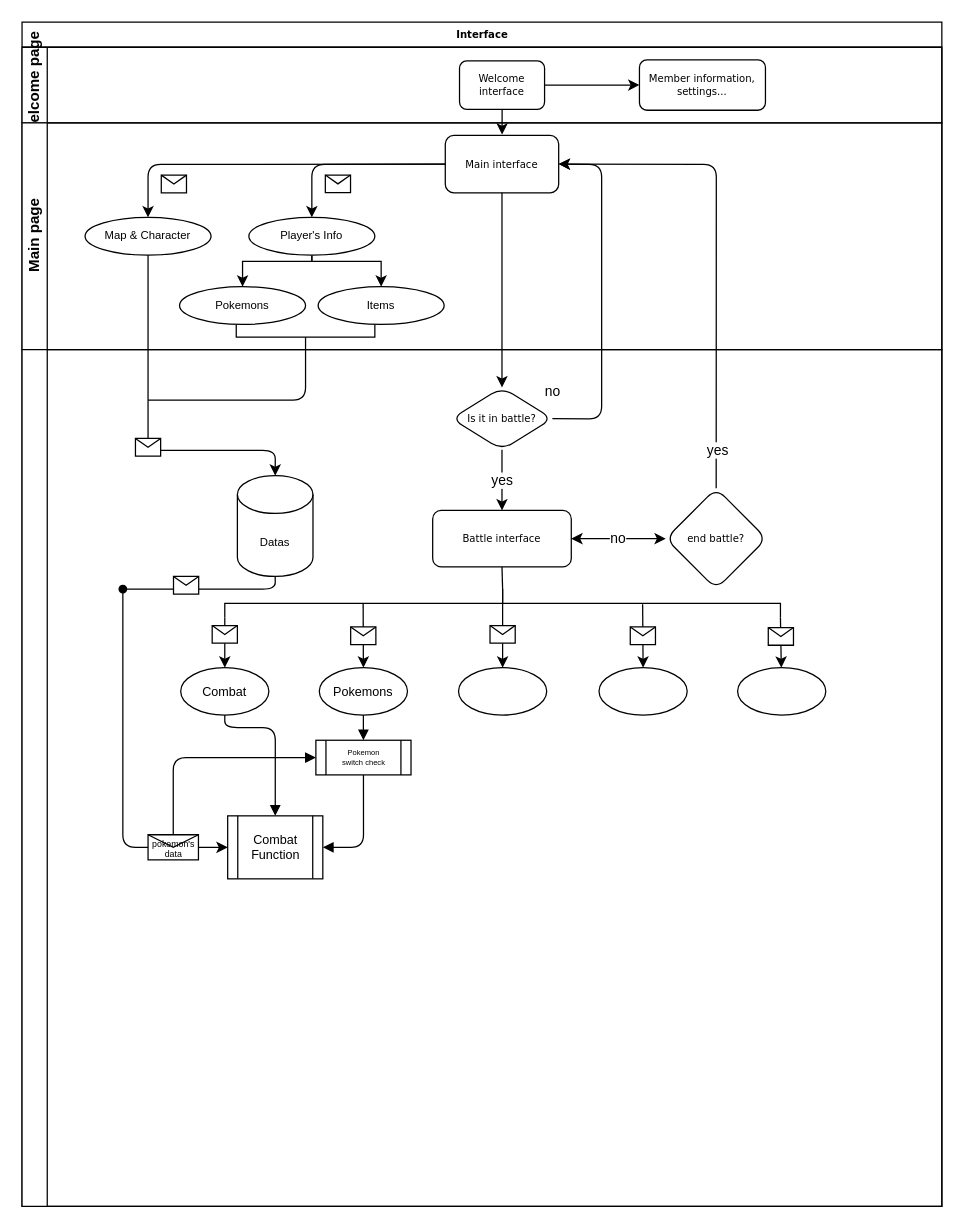
Before: Untitled Diagram.drawio in OuNiSang/ELEC320_code, a draw.io diagram. Source tidied: cells renumbered, new cells numbered last; positions are measured from the earlier drawing's top-left corner, leaving out a move shared by most shapes. Both pictures are drawn from the tidied source at 126%, with x=0, y=0 at pixel (21, 21).
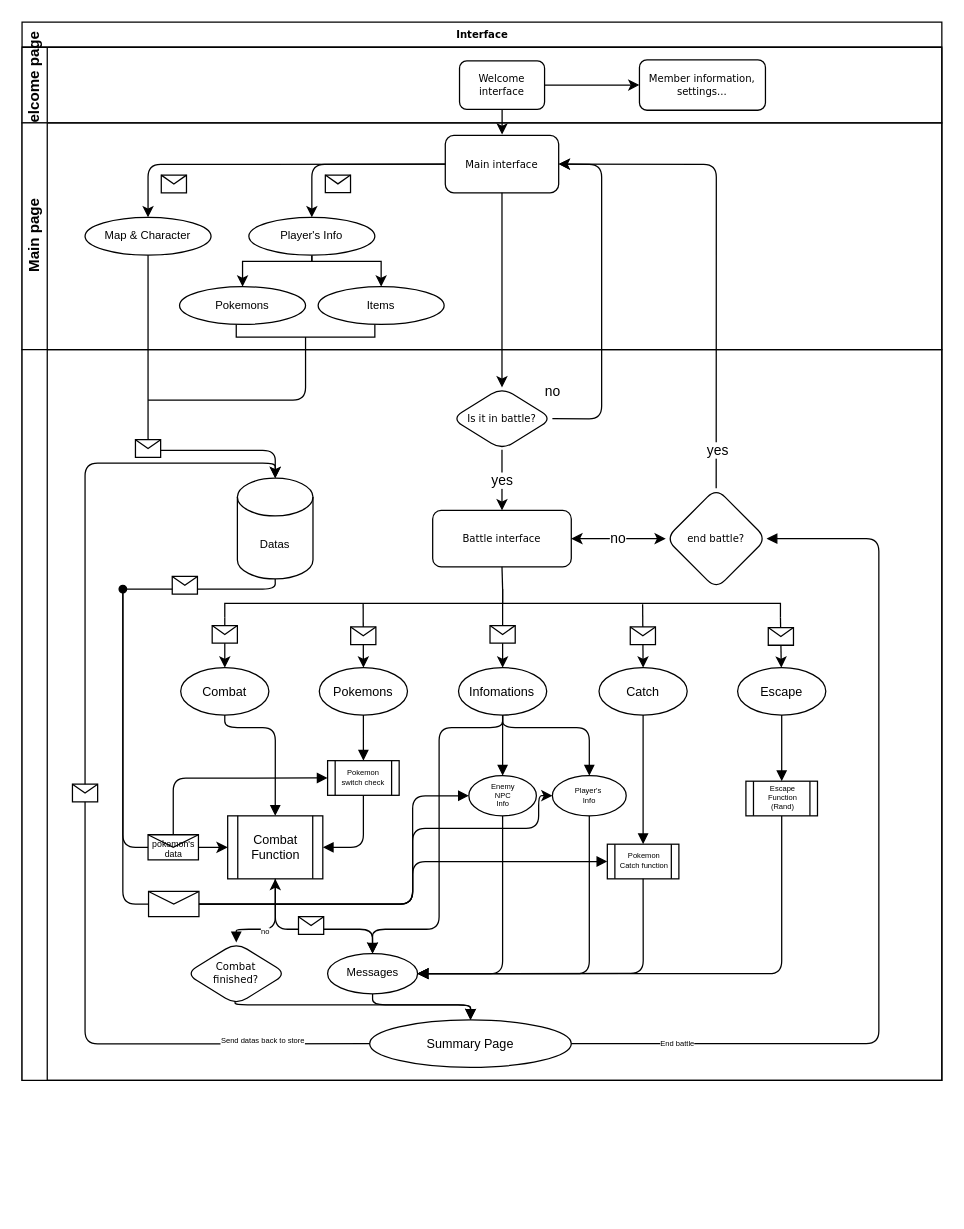
The same diagram, later.

The change refers to these unchanged cells:
```xml
<mxCell id="31" value="end battle?" style="rhombus;whiteSpace=wrap;html=1;rounded=1;shadow=0;fontFamily=Verdana;fontSize=8;strokeWidth=1;" parent="27" vertex="1">
  <mxGeometry x="510.9" y="110" width="80" height="80" as="geometry" />
</mxCell>
<mxCell id="54" value="&lt;font style=&quot;font-size: 10px&quot;&gt;Combat Function&lt;/font&gt;" style="shape=process;whiteSpace=wrap;html=1;backgroundOutline=1;strokeWidth=1;fontSize=6;" parent="27" vertex="1">
  <mxGeometry x="163.2" y="370" width="75.5" height="50" as="geometry" />
</mxCell>
```

What changed in the source:
```diff
@@
     <mxCell id="2" value="Interface" style="swimlane;html=1;horizontal=1;startSize=20;rounded=0;shadow=0;labelBackgroundColor=none;strokeWidth=1;fontFamily=Verdana;fontSize=8;align=center;" parent="1" vertex="1">
-      <mxGeometry width="730" height="940" as="geometry" />
+      <mxGeometry width="730" height="840" as="geometry" />
     </mxCell>
@@
     <mxCell id="27" value="&amp;nbsp;" style="swimlane;html=1;startSize=20;horizontal=0;" parent="2" vertex="1">
-      <mxGeometry y="260" width="730" height="680" as="geometry" />
+      <mxGeometry y="260" width="730" height="580" as="geometry" />
     </mxCell>
@@
     <mxCell id="33" value="Datas" style="shape=cylinder3;whiteSpace=wrap;html=1;boundedLbl=1;backgroundOutline=1;size=15;fontSize=9;" parent="27" vertex="1">
-      <mxGeometry x="170.9" y="100" width="60" height="80" as="geometry" />
+      <mxGeometry x="170.9" y="102" width="60" height="80" as="geometry" />
     </mxCell>
@@
+    <mxCell id="63" style="edgeStyle=orthogonalEdgeStyle;rounded=1;jettySize=auto;html=1;endArrow=block;endFill=1;fontSize=6;" parent="27" edge="1" source="39" target="73">
+      <mxGeometry relative="1" as="geometry" />
+    </mxCell>
+    <mxCell id="64" style="edgeStyle=orthogonalEdgeStyle;rounded=1;jettySize=auto;html=1;entryX=0.5;entryY=0;entryDx=0;entryDy=0;endArrow=block;endFill=1;fontSize=6;" parent="27" edge="1" source="39" target="71">
+      <mxGeometry relative="1" as="geometry">
+        <Array as="points">
+          <mxPoint x="381" y="300" />
+          <mxPoint x="331" y="300" />
+          <mxPoint x="331" y="460" />
+          <mxPoint x="278" y="460" />
+        </Array>
+      </mxGeometry>
+    </mxCell>
+    <mxCell id="65" style="edgeStyle=orthogonalEdgeStyle;rounded=1;jettySize=auto;html=1;entryX=0.5;entryY=0;entryDx=0;entryDy=0;endArrow=block;endFill=1;fontSize=6;" parent="27" edge="1" source="39" target="75">
+      <mxGeometry relative="1" as="geometry">
+        <Array as="points">
+          <mxPoint x="381" y="300" />
+          <mxPoint x="450" y="300" />
+        </Array>
+      </mxGeometry>
+    </mxCell>
-    <mxCell id="39" style="ellipse;whiteSpace=wrap;html=1;strokeWidth=1;fontSize=6;" parent="27" vertex="1">
+    <mxCell id="39" value="&lt;font size=&quot;1&quot;&gt;Infomations&lt;/font&gt;" style="ellipse;whiteSpace=wrap;html=1;strokeWidth=1;fontSize=6;" parent="27" vertex="1">
       <mxGeometry x="346.4" y="252.4" width="70" height="37.6" as="geometry" />
     </mxCell>
+    <mxCell id="66" style="edgeStyle=orthogonalEdgeStyle;rounded=1;jettySize=auto;html=1;entryX=0.5;entryY=0;entryDx=0;entryDy=0;startArrow=none;startFill=0;endArrow=block;endFill=1;fontSize=6;" parent="27" edge="1" source="40" target="89">
+      <mxGeometry relative="1" as="geometry" />
+    </mxCell>
-    <mxCell id="40" style="ellipse;whiteSpace=wrap;html=1;strokeWidth=1;fontSize=6;" parent="27" vertex="1">
+    <mxCell id="40" value="&lt;font style=&quot;font-size: 10px&quot;&gt;Catch&lt;/font&gt;" style="ellipse;whiteSpace=wrap;html=1;strokeWidth=1;fontSize=6;" parent="27" vertex="1">
       <mxGeometry x="457.9" y="252.4" width="70" height="37.6" as="geometry" />
     </mxCell>
+    <mxCell id="67" style="edgeStyle=orthogonalEdgeStyle;rounded=1;jettySize=auto;html=1;entryX=0.5;entryY=0;entryDx=0;entryDy=0;startArrow=none;startFill=0;endArrow=block;endFill=1;fontSize=6;" parent="27" edge="1" source="41" target="92">
+      <mxGeometry relative="1" as="geometry" />
+    </mxCell>
-    <mxCell id="41" style="ellipse;whiteSpace=wrap;html=1;strokeWidth=1;fontSize=6;" parent="27" vertex="1">
+    <mxCell id="41" value="&lt;font style=&quot;font-size: 10px&quot;&gt;Escape&lt;/font&gt;" style="ellipse;whiteSpace=wrap;html=1;strokeWidth=1;fontSize=6;" parent="27" vertex="1">
       <mxGeometry x="567.9" y="252.4" width="70" height="37.6" as="geometry" />
     </mxCell>
@@
+    <mxCell id="68" style="edgeStyle=orthogonalEdgeStyle;rounded=1;jettySize=auto;html=1;endArrow=block;endFill=1;fontSize=6;startArrow=classic;startFill=1;" parent="27" edge="1" source="54" target="82">
+      <mxGeometry relative="1" as="geometry">
+        <Array as="points">
+          <mxPoint x="201" y="460" />
+          <mxPoint x="170" y="460" />
+        </Array>
+      </mxGeometry>
+    </mxCell>
+    <mxCell id="69" value="no" style="edgeLabel;html=1;align=center;verticalAlign=middle;fontSize=6;" parent="68" vertex="1">
+      <mxGeometry x="0.21" y="1" relative="1" as="geometry" />
+    </mxCell>
@@
     <mxCell id="58" value="Pokemon&lt;br&gt;switch check" style="shape=process;whiteSpace=wrap;html=1;backgroundOutline=1;strokeWidth=1;fontSize=6;" parent="27" vertex="1">
-      <mxGeometry x="233.2" y="310" width="75.5" height="27.5" as="geometry" />
+      <mxGeometry x="242.5" y="326.2" width="56.8" height="27.5" as="geometry" />
     </mxCell>
+    <mxCell id="70" style="edgeStyle=orthogonalEdgeStyle;rounded=1;jettySize=auto;html=1;entryX=0.5;entryY=0;entryDx=0;entryDy=0;startArrow=none;startFill=0;endArrow=block;endFill=1;fontSize=6;" parent="27" edge="1" source="71" target="83">
+      <mxGeometry relative="1" as="geometry">
+        <Array as="points">
+          <mxPoint x="278" y="520" />
+          <mxPoint x="356" y="520" />
+        </Array>
+      </mxGeometry>
+    </mxCell>
+    <mxCell id="71" value="&lt;font style=&quot;font-size: 9px&quot;&gt;Messages&lt;/font&gt;" style="ellipse;whiteSpace=wrap;html=1;strokeWidth=1;fontSize=6;" parent="27" vertex="1">
+      <mxGeometry x="242.5" y="479.3" width="71.4" height="31.9" as="geometry" />
+    </mxCell>
+    <mxCell id="72" style="edgeStyle=orthogonalEdgeStyle;rounded=1;jettySize=auto;html=1;entryX=1;entryY=0.5;entryDx=0;entryDy=0;startArrow=none;startFill=0;endArrow=block;endFill=1;fontSize=6;" parent="27" edge="1" source="73" target="71">
+      <mxGeometry relative="1" as="geometry">
+        <Array as="points">
+          <mxPoint x="381" y="495" />
+          <mxPoint x="314" y="495" />
+        </Array>
+      </mxGeometry>
+    </mxCell>
+    <mxCell id="73" value="Enemy&lt;br&gt;NPC&lt;br&gt;Info" style="ellipse;whiteSpace=wrap;html=1;strokeWidth=1;fontSize=6;" parent="27" vertex="1">
+      <mxGeometry x="354.6" y="338.1" width="53.6" height="31.9" as="geometry" />
+    </mxCell>
+    <mxCell id="74" style="edgeStyle=orthogonalEdgeStyle;rounded=1;jettySize=auto;html=1;entryX=1;entryY=0.5;entryDx=0;entryDy=0;startArrow=none;startFill=0;endArrow=block;endFill=1;fontSize=6;" parent="27" edge="1" source="75" target="71">
+      <mxGeometry relative="1" as="geometry">
+        <Array as="points">
+          <mxPoint x="450" y="495" />
+          <mxPoint x="314" y="495" />
+        </Array>
+      </mxGeometry>
+    </mxCell>
+    <mxCell id="75" value="Player's&amp;nbsp;&lt;br&gt;Info" style="ellipse;whiteSpace=wrap;html=1;strokeWidth=1;fontSize=6;" parent="27" vertex="1">
+      <mxGeometry x="420.9" y="338.1" width="58.6" height="31.9" as="geometry" />
+    </mxCell>
+    <mxCell id="76" style="endArrow=classic;html=1;fontSize=6;" parent="27" edge="1">
+      <mxGeometry relative="1" as="geometry">
+        <mxPoint x="80" y="190" as="sourcePoint" />
+        <mxPoint x="421" y="354" as="targetPoint" />
+        <Array as="points">
+          <mxPoint x="80" y="440" />
+          <mxPoint x="310" y="440" />
+          <mxPoint x="310" y="380" />
+          <mxPoint x="410" y="380" />
+          <mxPoint x="410" y="354" />
+        </Array>
+      </mxGeometry>
+    </mxCell>
+    <mxCell id="77" style="shape=message;html=1;outlineConnect=0;" parent="76" vertex="1">
+      <mxGeometry width="40" height="20" relative="1" as="geometry">
+        <mxPoint x="-68.6" y="-10" as="offset" />
+      </mxGeometry>
+    </mxCell>
+    <mxCell id="78" style="edgeStyle=orthogonalEdgeStyle;rounded=1;jettySize=auto;html=1;exitX=1;exitY=0.5;exitDx=0;exitDy=0;entryX=0;entryY=0.5;entryDx=0;entryDy=0;endArrow=block;endFill=1;fontSize=6;" parent="76" edge="1" source="77" target="73">
+      <mxGeometry relative="1" as="geometry">
+        <Array as="points">
+          <mxPoint x="310" y="440" />
+          <mxPoint x="310" y="354" />
+        </Array>
+      </mxGeometry>
+    </mxCell>
+    <mxCell id="79" style="edgeStyle=orthogonalEdgeStyle;rounded=1;jettySize=auto;html=1;exitX=1;exitY=0.5;exitDx=0;exitDy=0;entryX=0;entryY=0.5;entryDx=0;entryDy=0;startArrow=none;startFill=0;endArrow=block;endFill=1;fontSize=6;" parent="76" edge="1" source="77" target="89">
+      <mxGeometry relative="1" as="geometry">
+        <Array as="points">
+          <mxPoint x="310" y="440" />
+          <mxPoint x="310" y="406" />
+        </Array>
+      </mxGeometry>
+    </mxCell>
+    <mxCell id="80" style="endArrow=classic;html=1;fontSize=6;exitX=0.5;exitY=1;exitDx=0;exitDy=0;entryX=0.5;entryY=0;entryDx=0;entryDy=0;" parent="27" edge="1" source="54" target="71">
+      <mxGeometry relative="1" as="geometry">
+        <Array as="points">
+          <mxPoint x="201" y="460" />
+          <mxPoint x="278" y="460" />
+        </Array>
+      </mxGeometry>
+    </mxCell>
+    <mxCell id="81" style="shape=message;html=1;" parent="80" vertex="1">
+      <mxGeometry width="20" height="14" relative="1" as="geometry">
+        <mxPoint x="-9.6" y="-10" as="offset" />
+      </mxGeometry>
+    </mxCell>
+    <mxCell id="82" value="Combat &lt;br&gt;finished?" style="rhombus;whiteSpace=wrap;html=1;rounded=1;shadow=0;fontFamily=Verdana;fontSize=8;strokeWidth=1;" parent="27" vertex="1">
+      <mxGeometry x="130" y="470.5" width="80" height="49.5" as="geometry" />
+    </mxCell>
+    <mxCell id="83" value="&lt;font size=&quot;1&quot;&gt;Summary Page&lt;/font&gt;" style="ellipse;whiteSpace=wrap;html=1;strokeWidth=1;fontSize=6;" parent="27" vertex="1">
+      <mxGeometry x="275.9" y="532" width="160" height="37.6" as="geometry" />
+    </mxCell>
+    <mxCell id="84" style="endArrow=classic;html=1;fontSize=6;exitX=0;exitY=0.5;exitDx=0;exitDy=0;entryX=0.5;entryY=0;entryDx=0;entryDy=0;entryPerimeter=0;" parent="27" edge="1" source="83" target="33">
+      <mxGeometry relative="1" as="geometry">
+        <Array as="points">
+          <mxPoint x="50" y="551" />
+          <mxPoint x="50" y="90" />
+          <mxPoint x="201" y="90" />
+        </Array>
+      </mxGeometry>
+    </mxCell>
+    <mxCell id="85" style="shape=message;html=1;" parent="84" vertex="1">
+      <mxGeometry width="20" height="14" relative="1" as="geometry">
+        <mxPoint x="-10" y="-7" as="offset" />
+      </mxGeometry>
+    </mxCell>
+    <mxCell id="86" value="Send datas back to store" style="edgeLabel;html=1;align=center;verticalAlign=middle;fontSize=6;" parent="84" vertex="1">
+      <mxGeometry x="-0.8" y="-2" relative="1" as="geometry" />
+    </mxCell>
+    <mxCell id="87" style="edgeStyle=orthogonalEdgeStyle;rounded=1;jettySize=auto;html=1;startArrow=none;startFill=0;endArrow=block;endFill=1;fontSize=6;entryX=1;entryY=0.5;entryDx=0;entryDy=0;exitX=1;exitY=0.5;exitDx=0;exitDy=0;" parent="27" edge="1" source="83" target="31">
+      <mxGeometry relative="1" as="geometry">
+        <Array as="points">
+          <mxPoint x="680" y="551" />
+          <mxPoint x="680" y="150" />
+        </Array>
+      </mxGeometry>
+    </mxCell>
+    <mxCell id="88" value="End battle" style="edgeLabel;html=1;align=center;verticalAlign=middle;fontSize=6;" parent="87" vertex="1">
+      <mxGeometry x="-0.77" relative="1" as="geometry" />
+    </mxCell>
+    <mxCell id="89" value="Pokemon&lt;br&gt;Catch function" style="shape=process;whiteSpace=wrap;html=1;backgroundOutline=1;strokeWidth=1;fontSize=6;" parent="27" vertex="1">
+      <mxGeometry x="464.5" y="392.5" width="56.8" height="27.5" as="geometry" />
+    </mxCell>
+    <mxCell id="90" style="endArrow=classic;html=1;fontSize=6;exitX=0.489;exitY=0.941;exitDx=0;exitDy=0;exitPerimeter=0;entryX=0.5;entryY=0;entryDx=0;entryDy=0;" parent="27" edge="1" source="82" target="83">
+      <mxGeometry relative="1" as="geometry">
+        <Array as="points">
+          <mxPoint x="169" y="520" />
+          <mxPoint x="356" y="520" />
+        </Array>
+      </mxGeometry>
+    </mxCell>
+    <mxCell id="91" style="edgeStyle=orthogonalEdgeStyle;rounded=1;jettySize=auto;html=1;entryX=1;entryY=0.5;entryDx=0;entryDy=0;startArrow=none;startFill=0;endArrow=block;endFill=1;fontSize=6;" parent="27" edge="1" source="92" target="71">
+      <mxGeometry relative="1" as="geometry">
+        <Array as="points">
+          <mxPoint x="603" y="495" />
+        </Array>
+      </mxGeometry>
+    </mxCell>
+    <mxCell id="92" value="Escape&lt;br&gt;Function&lt;br&gt;(Rand)" style="shape=process;whiteSpace=wrap;html=1;backgroundOutline=1;strokeWidth=1;fontSize=6;" parent="27" vertex="1">
+      <mxGeometry x="574.5" y="342.5" width="56.8" height="27.5" as="geometry" />
+    </mxCell>
+    <mxCell id="93" style="endArrow=classic;html=1;fontSize=6;exitX=0.5;exitY=1;exitDx=0;exitDy=0;entryX=1;entryY=0.5;entryDx=0;entryDy=0;" parent="27" edge="1" source="89" target="71">
+      <mxGeometry relative="1" as="geometry">
+        <Array as="points">
+          <mxPoint x="493" y="495" />
+        </Array>
+      </mxGeometry>
+    </mxCell>
```
